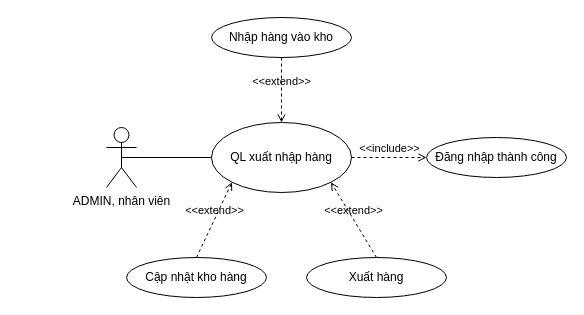
This is UC/UC_QUANLYXUATNHAPHANG.drawio from hieuNV0871/da, a draw.io file, before an edit. Source tidied: cells renumbered, new cells numbered last; positions are measured from the earlier drawing's top-left corner, leaving out a move shared by most shapes. Both pictures are drawn from the tidied source at 100%, with x=0, y=0 at pixel (106, 17).
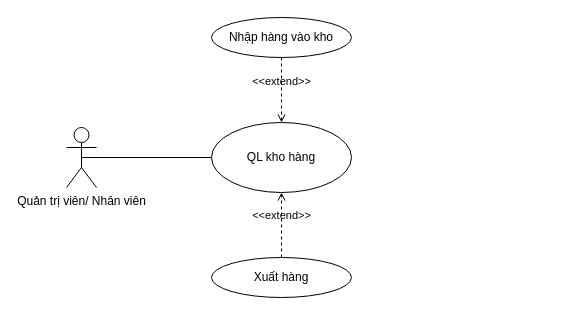
After the change.

The edit, as a diff of the source:
```diff
@@
 <mxGraphModel>
   <root>
     <mxCell id="0" />
     <mxCell id="1" parent="0" />
-    <mxCell id="2" value="ADMIN, nhân viên" style="shape=umlActor;verticalLabelPosition=bottom;verticalAlign=top;html=1;" parent="1" vertex="1">
-      <mxGeometry y="110" width="30" height="60" as="geometry" />
+    <mxCell id="2" value="Quản trị viên/ Nhân viên" style="shape=umlActor;verticalLabelPosition=bottom;verticalAlign=top;html=1;" parent="1" vertex="1">
+      <mxGeometry x="-40" y="110" width="30" height="60" as="geometry" />
     </mxCell>
-    <mxCell id="3" value="QL xuất nhập hàng" style="ellipse;whiteSpace=wrap;html=1;" parent="1" vertex="1">
+    <mxCell id="3" value="QL kho hàng" style="ellipse;whiteSpace=wrap;html=1;" parent="1" vertex="1">
       <mxGeometry x="105" y="105" width="140" height="70" as="geometry" />
     </mxCell>
-    <mxCell id="4" value="Đăng nhập thành công" style="ellipse;whiteSpace=wrap;html=1;" parent="1" vertex="1">
-      <mxGeometry x="320" y="120" width="140" height="40" as="geometry" />
-    </mxCell>
     <mxCell id="5" value="Nhập hàng vào kho" style="ellipse;whiteSpace=wrap;html=1;" parent="1" vertex="1">
       <mxGeometry x="105" width="140" height="40" as="geometry" />
     </mxCell>
     <mxCell id="6" value="&amp;lt;&amp;lt;extend&amp;gt;&amp;gt;" style="html=1;verticalAlign=bottom;labelBackgroundColor=none;endArrow=open;endFill=0;dashed=1;rounded=0;entryX=0.5;entryY=0;entryDx=0;entryDy=0;exitX=0.5;exitY=1;exitDx=0;exitDy=0;" parent="1" edge="1" source="5" target="3">
       <mxGeometry relative="1" as="geometry" />
     </mxCell>
-    <mxCell id="7" value="&amp;lt;&amp;lt;include&amp;gt;&amp;gt;" style="html=1;verticalAlign=bottom;labelBackgroundColor=none;endArrow=open;endFill=0;dashed=1;rounded=0;exitX=1;exitY=0.5;exitDx=0;exitDy=0;entryX=0;entryY=0.5;entryDx=0;entryDy=0;entryPerimeter=0;" parent="1" edge="1" source="3" target="4">
-      <mxGeometry relative="1" as="geometry" />
-    </mxCell>
     <mxCell id="8" style="endArrow=none;html=1;rounded=0;exitX=0.5;exitY=0.5;exitDx=0;exitDy=0;exitPerimeter=0;entryX=0;entryY=0.5;entryDx=0;entryDy=0;" parent="1" edge="1" source="2" target="3">
       <mxGeometry relative="1" as="geometry" />
     </mxCell>
-    <mxCell id="9" value="Cập nhật kho hàng" style="ellipse;whiteSpace=wrap;html=1;" parent="1" vertex="1">
-      <mxGeometry x="20" y="240" width="140" height="40" as="geometry" />
-    </mxCell>
-    <mxCell id="10" value="&amp;lt;&amp;lt;extend&amp;gt;&amp;gt;" style="html=1;verticalAlign=bottom;labelBackgroundColor=none;endArrow=open;endFill=0;dashed=1;rounded=0;entryX=0;entryY=1;entryDx=0;entryDy=0;exitX=0.5;exitY=0;exitDx=0;exitDy=0;" parent="1" edge="1" source="9" target="3">
-      <mxGeometry relative="1" as="geometry" />
-    </mxCell>
     <mxCell id="11" value="Xuất hàng" style="ellipse;whiteSpace=wrap;html=1;" parent="1" vertex="1">
-      <mxGeometry x="200" y="240" width="140" height="40" as="geometry" />
+      <mxGeometry x="105" y="240" width="140" height="40" as="geometry" />
     </mxCell>
-    <mxCell id="12" value="&amp;lt;&amp;lt;extend&amp;gt;&amp;gt;" style="html=1;verticalAlign=bottom;labelBackgroundColor=none;endArrow=open;endFill=0;dashed=1;rounded=0;entryX=1;entryY=1;entryDx=0;entryDy=0;exitX=0.5;exitY=0;exitDx=0;exitDy=0;" parent="1" edge="1" source="11" target="3">
+    <mxCell id="12" value="&amp;lt;&amp;lt;extend&amp;gt;&amp;gt;" style="html=1;verticalAlign=bottom;labelBackgroundColor=none;endArrow=open;endFill=0;dashed=1;rounded=0;entryX=0.5;entryY=1;entryDx=0;entryDy=0;exitX=0.5;exitY=0;exitDx=0;exitDy=0;" parent="1" edge="1" source="11" target="3">
       <mxGeometry relative="1" as="geometry" />
     </mxCell>
   </root>
 </mxGraphModel>
```
